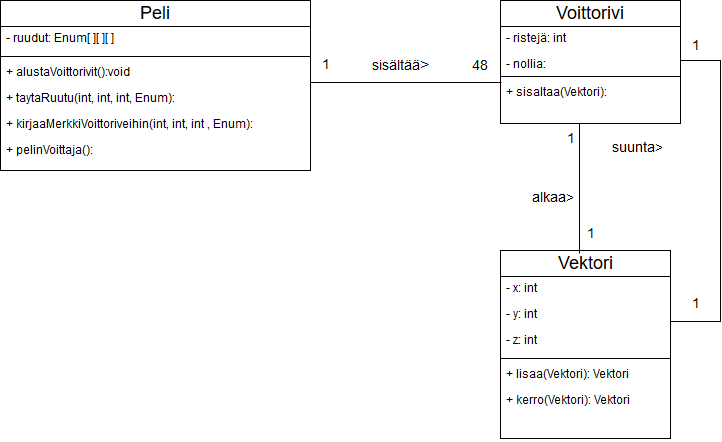
Before: dokumentaatio/luokkakaavio4x4x4-ristinolla.png, a diagram exported from draw.io (EnsioS/4x4x4-ristinolla). Source tidied: cells renumbered, new cells last; positions are measured from the earlier drawing's top-left corner, leaving out a move shared by most shapes.
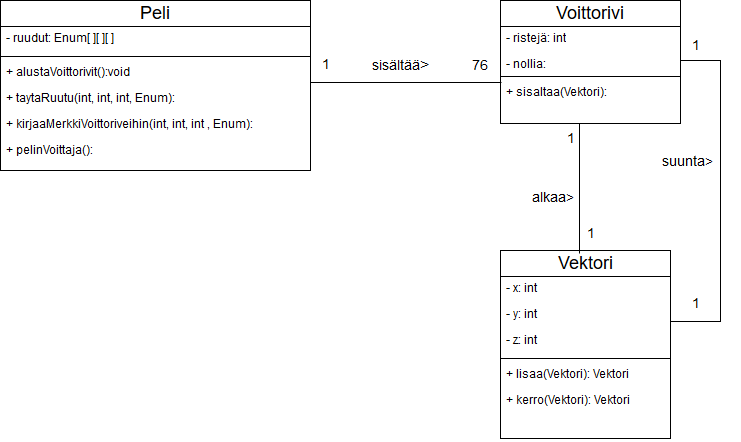
Above is the later version.

Commit message:
päivitin luokkakaavion

What changed in the source:
```diff
@@ -88,13 +88,13 @@
       <mxGeometry x="530" y="180" width="70" height="40" as="geometry" />
     </mxCell>
     <mxCell id="27" value="&lt;font style=&quot;font-size: 14px;&quot;&gt;suunta&amp;gt;&lt;/font&gt;" style="text;html=1;fontSize=18;" parent="1" vertex="1">
-      <mxGeometry x="610" y="130" width="80" height="40" as="geometry" />
+      <mxGeometry x="660" y="144" width="80" height="40" as="geometry" />
     </mxCell>
     <mxCell id="28" value="&lt;font style=&quot;font-size: 14px&quot;&gt;1&lt;/font&gt;" style="text;html=1;fontSize=18;" parent="1" vertex="1">
       <mxGeometry x="320" y="47" width="20" height="30" as="geometry" />
     </mxCell>
-    <mxCell id="29" value="&lt;font style=&quot;font-size: 14px&quot;&gt;48&lt;/font&gt;" style="text;html=1;align=left;verticalAlign=top;spacingTop=-4;fontSize=18;" parent="1" vertex="1">
-      <mxGeometry x="470" y="52" width="30" height="30" as="geometry" />
+    <mxCell id="29" value="&lt;font style=&quot;font-size: 14px&quot;&gt;76&lt;/font&gt;" style="text;html=1;align=left;verticalAlign=top;spacingTop=-4;fontSize=18;" parent="1" vertex="1">
+      <mxGeometry x="470" y="52" width="30" height="20" as="geometry" />
     </mxCell>
     <mxCell id="30" value="&lt;font style=&quot;font-size: 14px&quot;&gt;1&lt;/font&gt;" style="text;html=1;align=left;verticalAlign=top;spacingTop=-4;fontSize=18;" parent="1" vertex="1">
       <mxGeometry x="565" y="125" width="20" height="30" as="geometry" />
```
